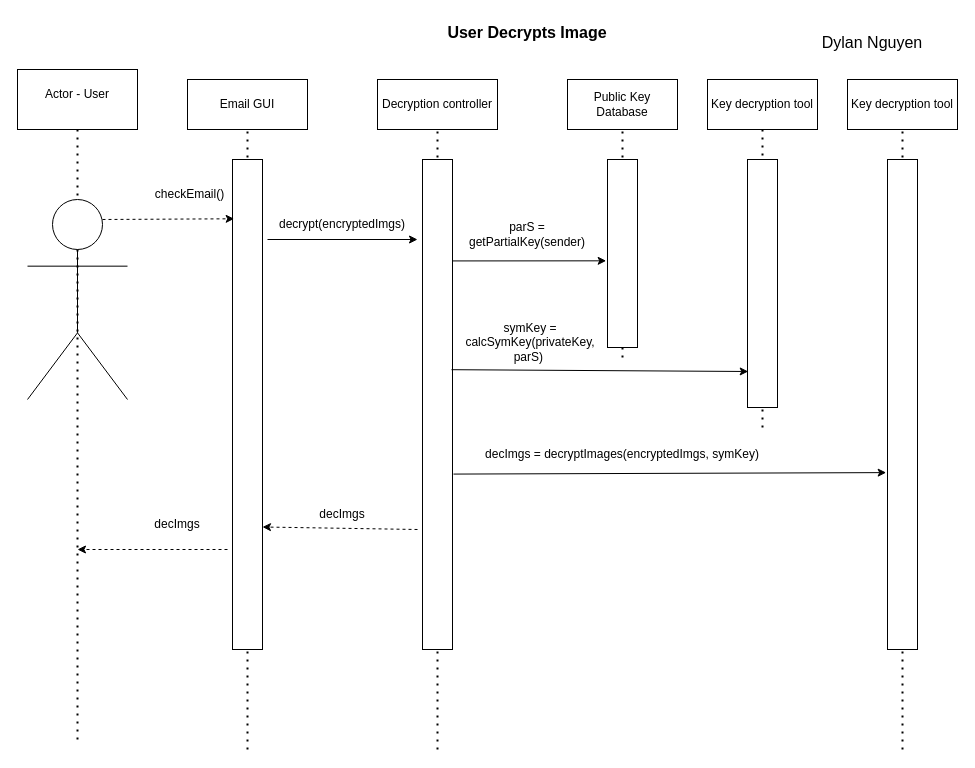
Above: a2 Sequence Diagram - User Decrypts Image - formalized.drawio in dnguyen1648/software-engineering-proj (draw.io), before the change. Source tidied: cells renumbered, new cells numbered last; positions are measured from the earlier drawing's top-left corner, leaving out a move shared by most shapes. Both pictures are drawn from the tidied source at 100%, with x=0, y=0 at pixel (17, 17).
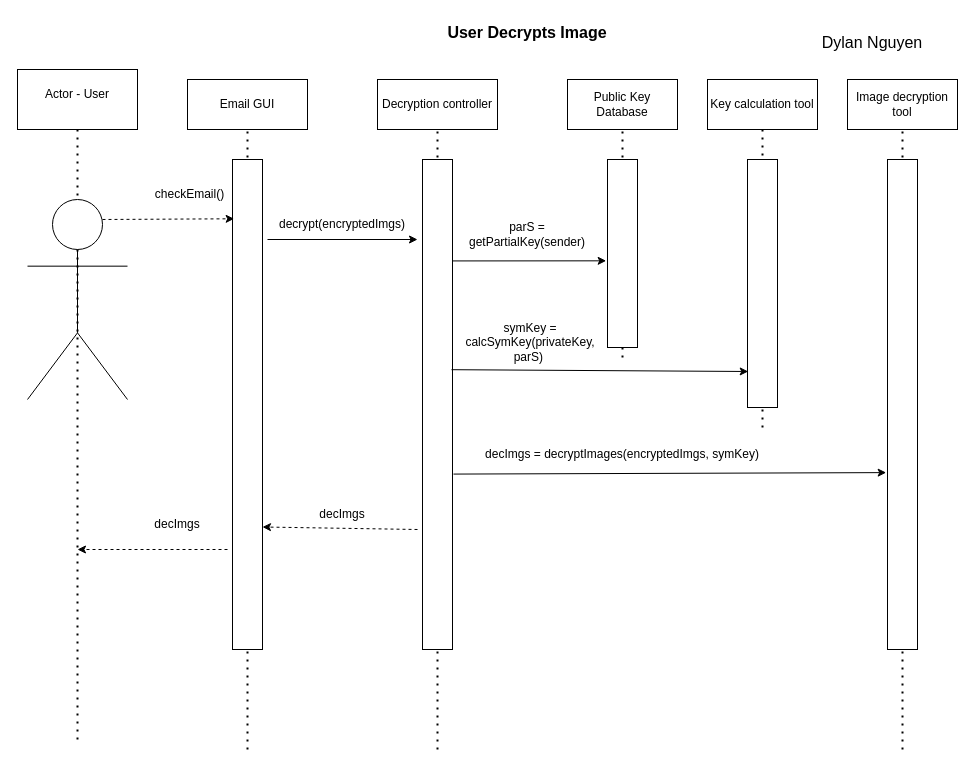
After the change.

What changed in the source:
```diff
@@
-    <mxCell id="22" value="Key decryption tool" style="rounded=0;whiteSpace=wrap;html=1;" parent="1" vertex="1">
+    <mxCell id="22" value="Key calculation tool" style="rounded=0;whiteSpace=wrap;html=1;" parent="1" vertex="1">
       <mxGeometry x="690" y="62" width="110" height="50" as="geometry" />
     </mxCell>
@@
-    <mxCell id="27" value="Key decryption tool" style="rounded=0;whiteSpace=wrap;html=1;" parent="1" vertex="1">
+    <mxCell id="27" value="Image decryption tool" style="rounded=0;whiteSpace=wrap;html=1;" parent="1" vertex="1">
       <mxGeometry x="830" y="62" width="110" height="50" as="geometry" />
     </mxCell>
```
